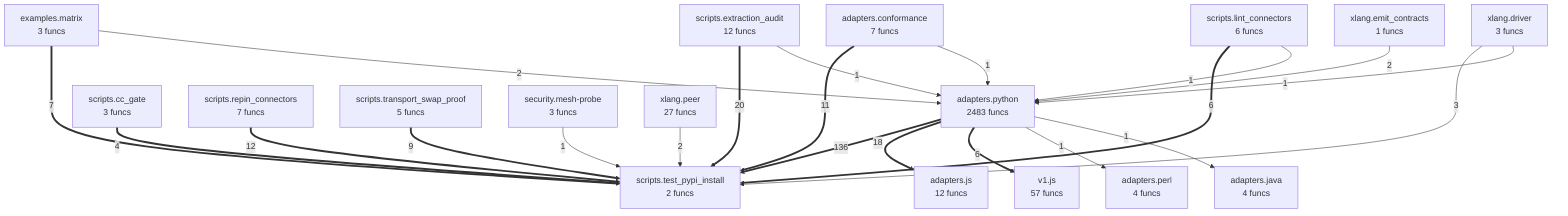
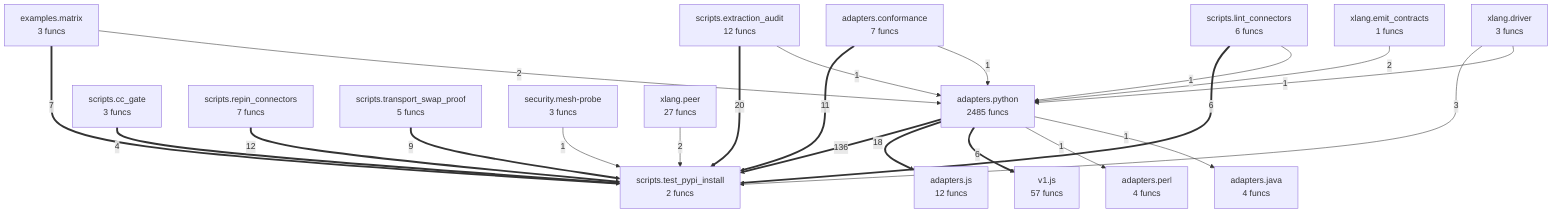
flowchart TD
- %% generated in 0.08s
+ %% generated in 0.06s
    adapters__conformance["adapters.conformance<br/>7 funcs"]
    adapters__java["adapters.java<br/>4 funcs"]
    adapters__js["adapters.js<br/>12 funcs"]
    adapters__perl["adapters.perl<br/>4 funcs"]
-     adapters__python["adapters.python<br/>2483 funcs"]
+     adapters__python["adapters.python<br/>2485 funcs"]
    examples__matrix["examples.matrix<br/>3 funcs"]
    scripts__cc_gate["scripts.cc_gate<br/>3 funcs"]
    scripts__extraction_audit["scripts.extraction_audit<br/>12 funcs"]
    scripts__lint_connectors["scripts.lint_connectors<br/>6 funcs"]
    scripts__repin_connectors["scripts.repin_connectors<br/>7 funcs"]
    scripts__test_pypi_install["scripts.test_pypi_install<br/>2 funcs"]
    scripts__transport_swap_proof["scripts.transport_swap_proof<br/>5 funcs"]
    security__mesh_probe["security.mesh-probe<br/>3 funcs"]
    v1__js["v1.js<br/>57 funcs"]
    xlang__driver["xlang.driver<br/>3 funcs"]
    xlang__emit_contracts["xlang.emit_contracts<br/>1 funcs"]
    xlang__peer["xlang.peer<br/>27 funcs"]
    adapters__python ==>|136| scripts__test_pypi_install
    scripts__extraction_audit ==>|20| scripts__test_pypi_install
    adapters__python ==>|18| adapters__js
    scripts__repin_connectors ==>|12| scripts__test_pypi_install
    adapters__conformance ==>|11| scripts__test_pypi_install
    scripts__transport_swap_proof ==>|9| scripts__test_pypi_install
    examples__matrix ==>|7| scripts__test_pypi_install
    scripts__lint_connectors ==>|6| scripts__test_pypi_install
    adapters__python ==>|6| v1__js
    scripts__cc_gate ==>|4| scripts__test_pypi_install
    xlang__driver -->|3| scripts__test_pypi_install
    examples__matrix -->|2| adapters__python
    xlang__emit_contracts -->|2| adapters__python
    xlang__peer -->|2| scripts__test_pypi_install
    security__mesh_probe -->|1| scripts__test_pypi_install
    scripts__lint_connectors -->|1| adapters__python
    scripts__extraction_audit -->|1| adapters__python
    adapters__conformance -->|1| adapters__python
    adapters__python -->|1| adapters__perl
    adapters__python -->|1| adapters__java
    xlang__driver -->|1| adapters__python
